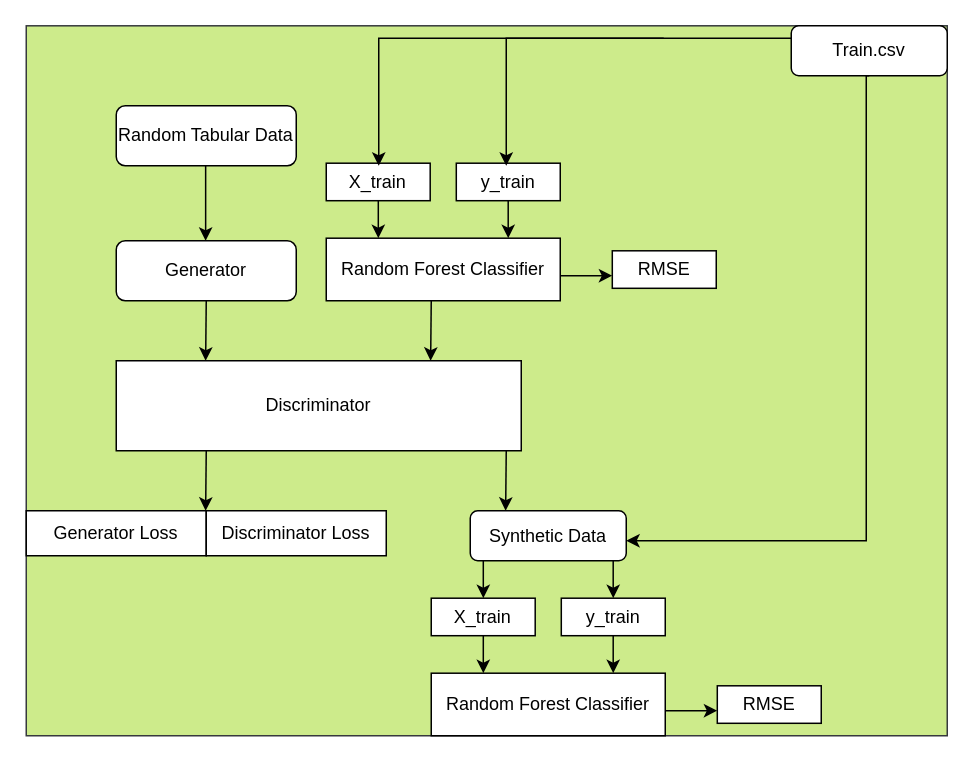
Before: Untitled Diagram.drawio in Hameon4/Vanilla-GAN-Based-Training-for-Binary-Classifier, a draw.io diagram. Source tidied: cells renumbered, new cells numbered last; positions are measured from the earlier drawing's top-left corner, leaving out a move shared by most shapes. Both pictures are drawn from the tidied source at 150%, with x=0, y=0 at pixel (26, 26).
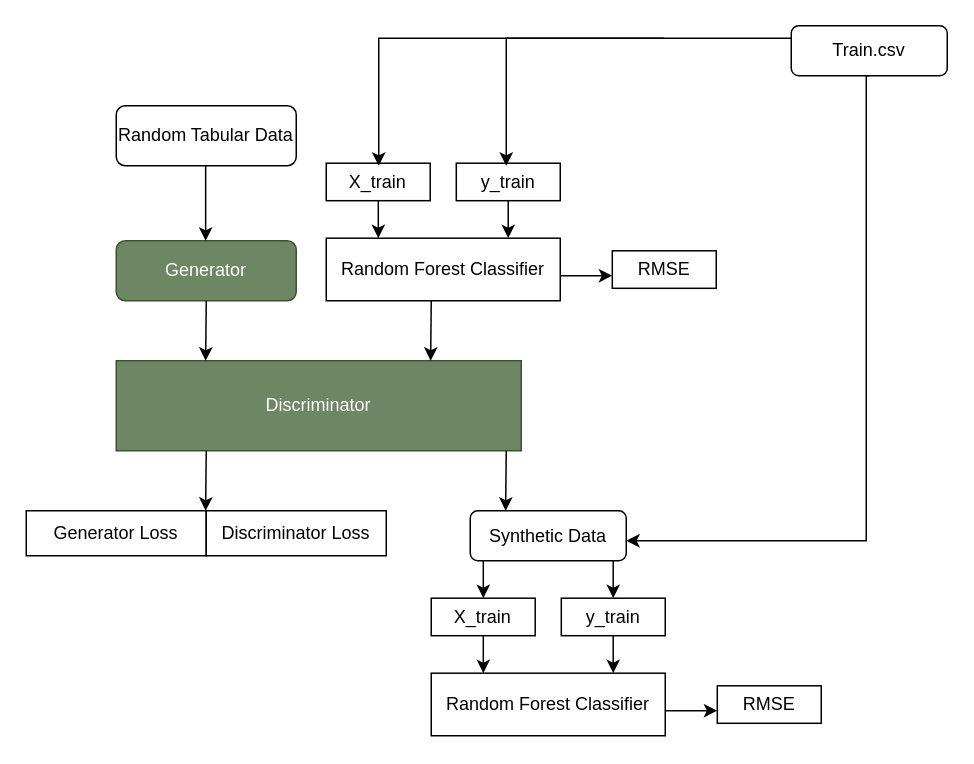
The same diagram, later.

The edit, as a diff of the source:
```diff
@@
-    <mxCell id="2" style="group;fillColor=#cdeb8b;strokeColor=#36393d;" parent="1" vertex="1">
+    <mxCell id="2" style="group;" parent="1" vertex="1">
       <mxGeometry y="-0.3" width="614" height="473.3" as="geometry" />
     </mxCell>
@@
-    <mxCell id="4" value="Discriminator" style="rounded=0;whiteSpace=wrap;html=1;" parent="2" vertex="1">
+    <mxCell id="4" value="Discriminator" style="rounded=0;whiteSpace=wrap;html=1;fillColor=#6d8764;fontColor=#ffffff;strokeColor=#3A5431;" parent="2" vertex="1">
       <mxGeometry x="60" y="223.3" width="270" height="60" as="geometry" />
     </mxCell>
-    <mxCell id="5" value="Generator" style="rounded=1;whiteSpace=wrap;html=1;" parent="2" vertex="1">
+    <mxCell id="5" value="Generator" style="rounded=1;whiteSpace=wrap;html=1;fillColor=#6d8764;fontColor=#ffffff;strokeColor=#3A5431;" parent="2" vertex="1">
       <mxGeometry x="60" y="143.3" width="120" height="40" as="geometry" />
     </mxCell>
```
